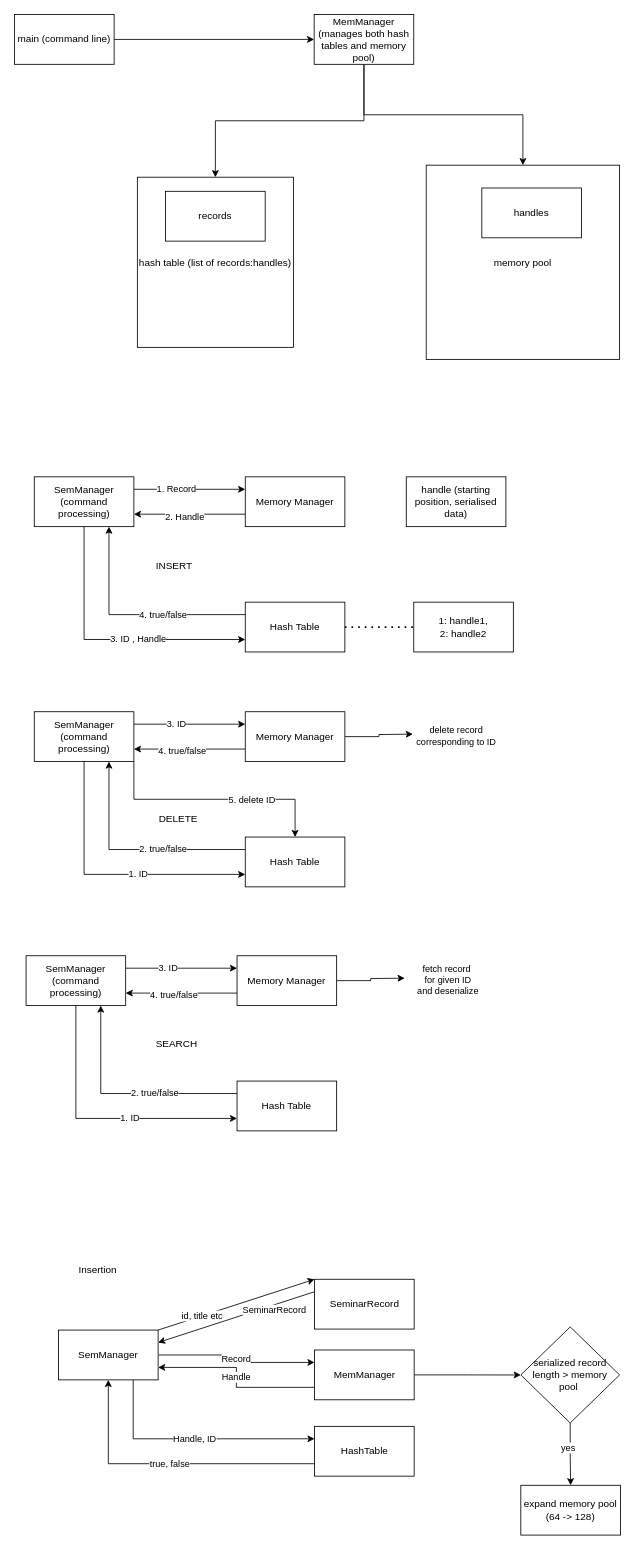
Earlier version of the draw.io diagram UNderstanding.drawio (aayushbagrecha/DSA). Source tidied: cells renumbered, new cells numbered last; positions are measured from the earlier drawing's top-left corner, leaving out a move shared by most shapes. Both pictures are drawn from the tidied source at 83%, with x=0, y=0 at pixel (14, 14).
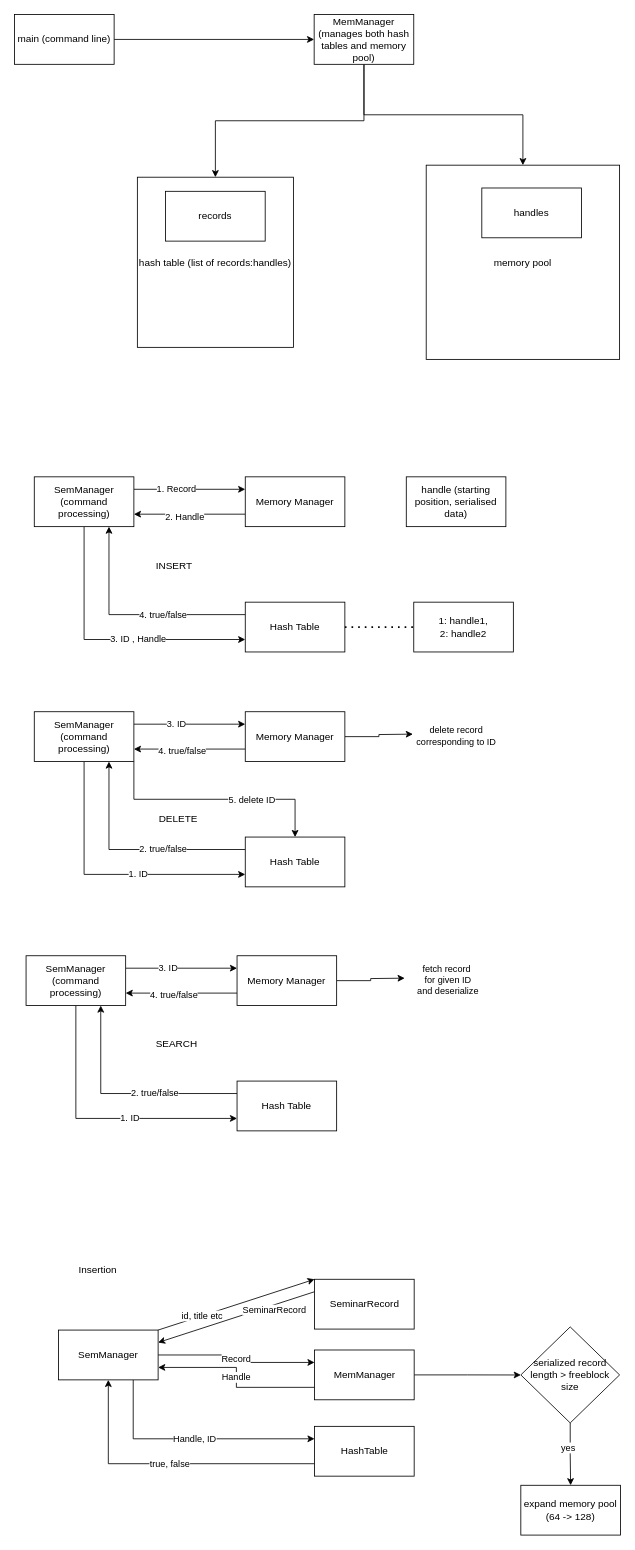
The same page after the edit.

Change to the diagram source:
```diff
@@
-    <mxCell id="72" value="serialized record length &amp;gt; memory pool&amp;nbsp;" style="rhombus;whiteSpace=wrap;html=1;" parent="1" vertex="1">
+    <mxCell id="72" value="serialized record length &amp;gt; freeblock size" style="rhombus;whiteSpace=wrap;html=1;" parent="1" vertex="1">
       <mxGeometry x="610" y="1581.2" width="119" height="115.7" as="geometry" />
     </mxCell>
```
